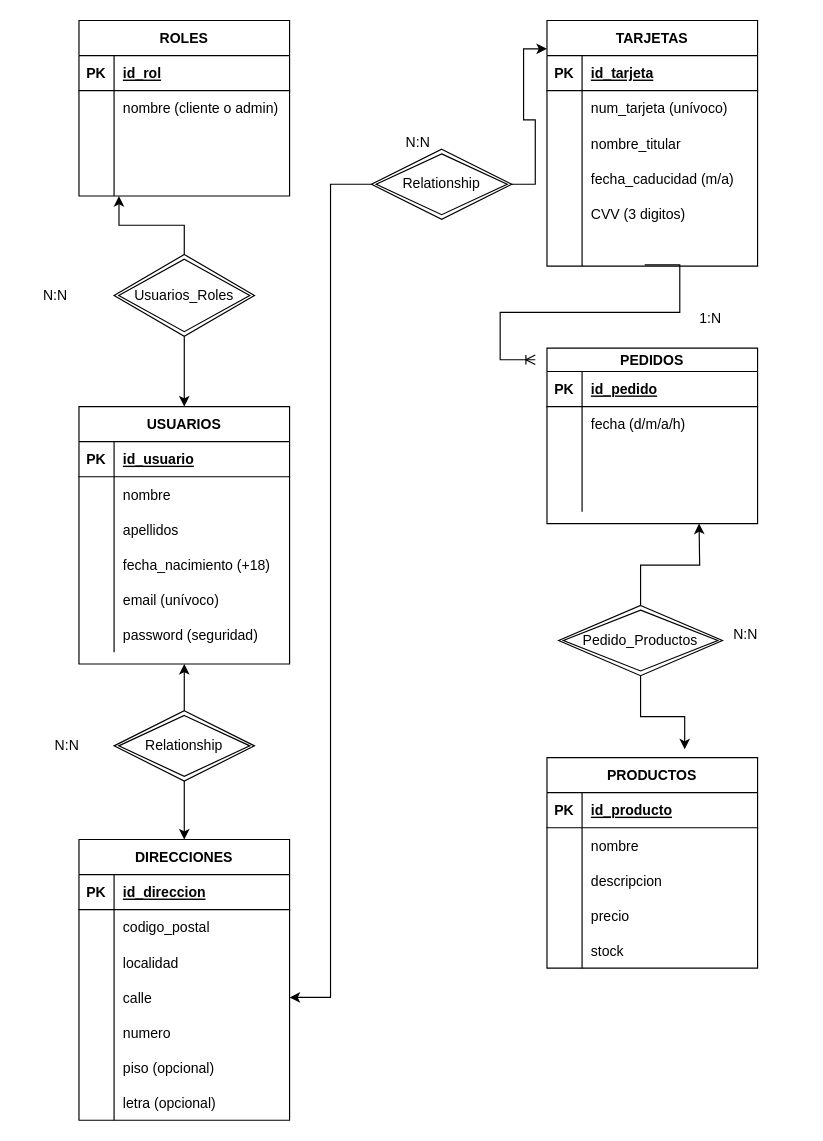
The draw.io diagram Diagrama ER.drawio in JavierCalzadoLp/AppWebSpring, before the edit. Source tidied: cells renumbered, new cells numbered last; positions are measured from the earlier drawing's top-left corner, leaving out a move shared by most shapes. Both pictures are drawn from the tidied source at 117%, with x=0, y=0 at pixel (20, 20).
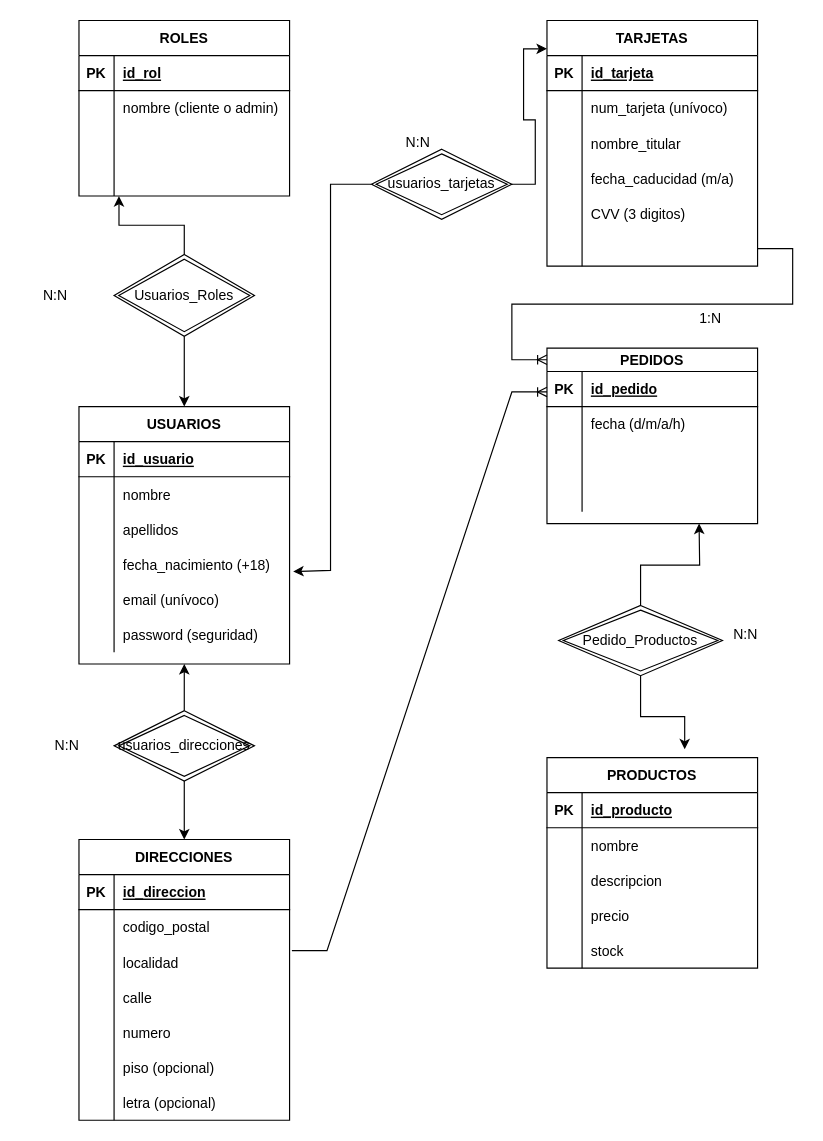
The same page after the edit.

The change refers to these unchanged cells:
```xml
<mxCell id="15" style="shape=tableRow;horizontal=0;startSize=0;swimlaneHead=0;swimlaneBody=0;fillColor=none;points=[[0,0.5],[1,0.5]];portConstraint=eastwest;top=0;left=0;right=0;bottom=0;" parent="2" vertex="1">
  <mxGeometry y="150" width="180" height="30" as="geometry" />
</mxCell>
<mxCell id="41" style="shape=tableRow;horizontal=0;startSize=0;swimlaneHead=0;swimlaneBody=0;fillColor=none;points=[[0,0.5],[1,0.5]];portConstraint=eastwest;top=0;left=0;right=0;bottom=0;" parent="34" vertex="1">
  <mxGeometry y="90" width="180" height="30" as="geometry" />
</mxCell>
<mxCell id="44" style="shape=tableRow;horizontal=0;startSize=0;swimlaneHead=0;swimlaneBody=0;fillColor=none;points=[[0,0.5],[1,0.5]];portConstraint=eastwest;top=0;left=0;right=0;bottom=0;" parent="34" vertex="1">
  <mxGeometry y="120" width="180" height="30" as="geometry" />
</mxCell>
<mxCell id="72" style="shape=tableRow;horizontal=0;startSize=0;swimlaneHead=0;swimlaneBody=0;fillColor=none;points=[[0,0.5],[1,0.5]];portConstraint=eastwest;top=0;left=0;right=0;bottom=0;" parent="56" vertex="1">
  <mxGeometry y="180" width="180" height="30" as="geometry" />
</mxCell>
<mxCell id="91" value="PEDIDOS" style="shape=table;startSize=20;childLayout=tableLayout;rowLines=0;fontStyle=1;align=center;" parent="1" vertex="1">
  <mxGeometry x="450" y="280" width="180" height="150" as="geometry" />
</mxCell>
```

Change to the diagram source:
```diff
@@
-    <mxCell id="110" style="edgeStyle=entityRelationEdgeStyle;fontSize=12;html=1;endArrow=ERoneToMany;rounded=0;exitX=0.464;exitY=0.965;exitDx=0;exitDy=0;exitPerimeter=0;" parent="1" edge="1" source="72">
-      <mxGeometry relative="1" as="geometry">
-        <mxPoint x="440" y="290" as="targetPoint" />
-      </mxGeometry>
-    </mxCell>
@@
-    <mxCell id="113" value="Relationship" style="shape=rhombus;double=1;perimeter=rhombusPerimeter;whiteSpace=wrap;html=1;align=center;" parent="1" vertex="1">
+    <mxCell id="113" value="usuarios_direcciones" style="shape=rhombus;double=1;perimeter=rhombusPerimeter;whiteSpace=wrap;html=1;align=center;" parent="1" vertex="1">
       <mxGeometry x="80" y="590" width="120" height="60" as="geometry" />
     </mxCell>
@@
-    <mxCell id="115" style="edgeStyle=orthogonalEdgeStyle;rounded=0;jettySize=auto;html=1;exitX=0;exitY=0.5;exitDx=0;exitDy=0;entryX=1;entryY=0.5;entryDx=0;entryDy=0;" parent="1" edge="1" source="116" target="44">
-      <mxGeometry relative="1" as="geometry" />
+    <mxCell id="115" style="edgeStyle=orthogonalEdgeStyle;rounded=0;jettySize=auto;html=1;exitX=0;exitY=0.5;exitDx=0;exitDy=0;entryX=1.017;entryY=-0.3;entryDx=0;entryDy=0;entryPerimeter=0;" parent="1" edge="1" source="116" target="15">
+      <mxGeometry relative="1" as="geometry">
+        <Array as="points">
+          <mxPoint x="265" y="140" />
+          <mxPoint x="265" y="470" />
+        </Array>
+      </mxGeometry>
     </mxCell>
-    <mxCell id="116" value="Relationship" style="shape=rhombus;double=1;perimeter=rhombusPerimeter;whiteSpace=wrap;html=1;align=center;" parent="1" vertex="1">
+    <mxCell id="116" value="usuarios_tarjetas" style="shape=rhombus;double=1;perimeter=rhombusPerimeter;whiteSpace=wrap;html=1;align=center;" parent="1" vertex="1">
       <mxGeometry x="300" y="110" width="120" height="60" as="geometry" />
     </mxCell>
@@
+    <mxCell id="122" style="edgeStyle=entityRelationEdgeStyle;fontSize=12;html=1;endArrow=ERoneToMany;rounded=0;exitX=1.011;exitY=0.167;exitDx=0;exitDy=0;exitPerimeter=0;entryX=0;entryY=0.25;entryDx=0;entryDy=0;" parent="1" edge="1" source="41" target="91">
+      <mxGeometry relative="1" as="geometry" />
+    </mxCell>
+    <mxCell id="123" style="edgeStyle=entityRelationEdgeStyle;fontSize=12;html=1;endArrow=ERoneToMany;rounded=0;exitX=1;exitY=0.5;exitDx=0;exitDy=0;" parent="1" edge="1" source="72">
+      <mxGeometry relative="1" as="geometry">
+        <mxPoint x="450" y="290" as="targetPoint" />
+      </mxGeometry>
+    </mxCell>
```
